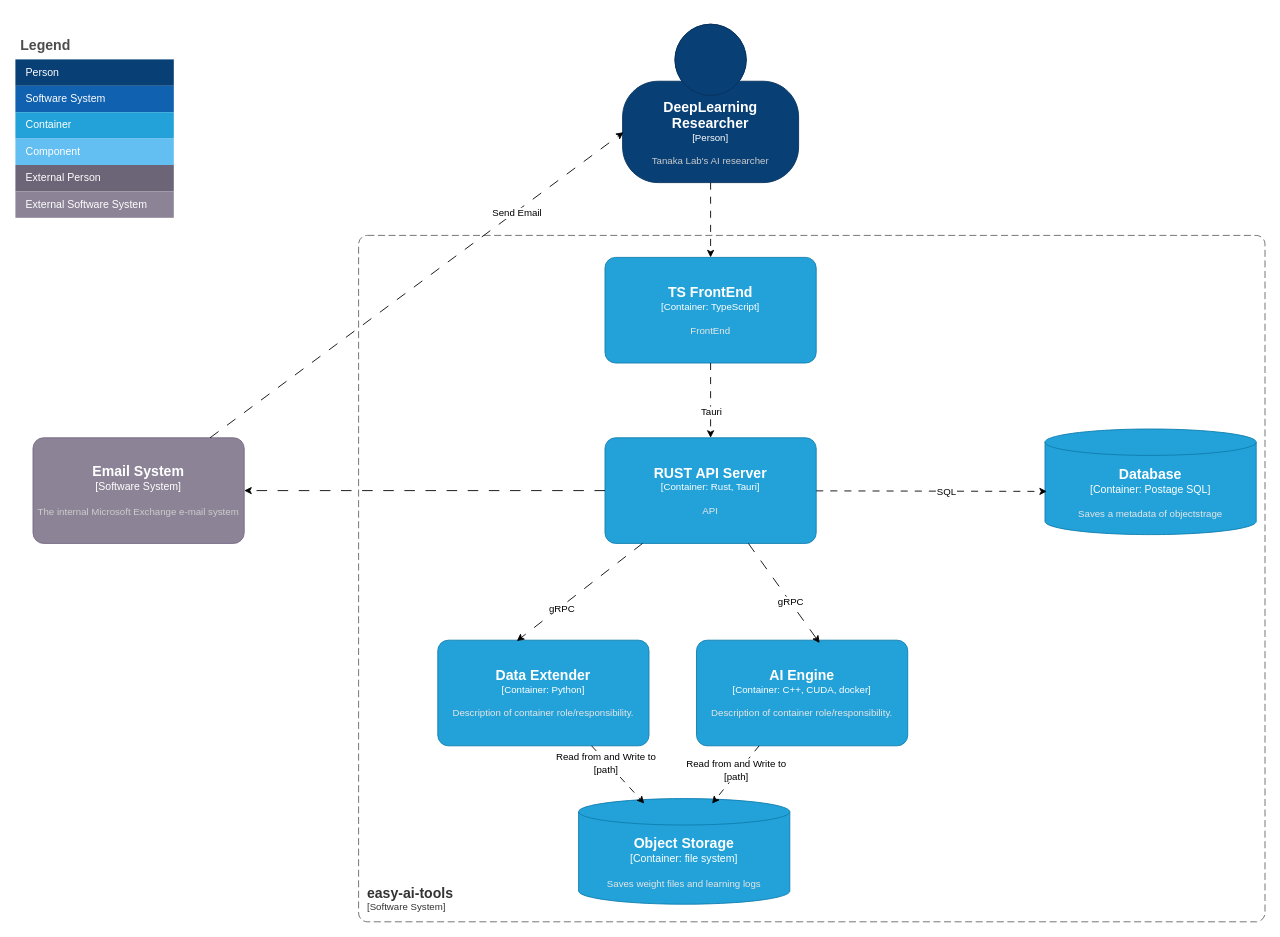
Above: page "software-architecture" (1 of 4) of docs/specs/easy-ai-tools.drawio in di-go11/dl-node-editor (draw.io), before the change. Source tidied: cells renumbered, new cells numbered last; positions are measured from the earlier drawing's top-left corner, leaving out a move shared by most shapes. Both pictures are drawn from the tidied source at 88%, with x=0, y=0 at pixel (15, 24).
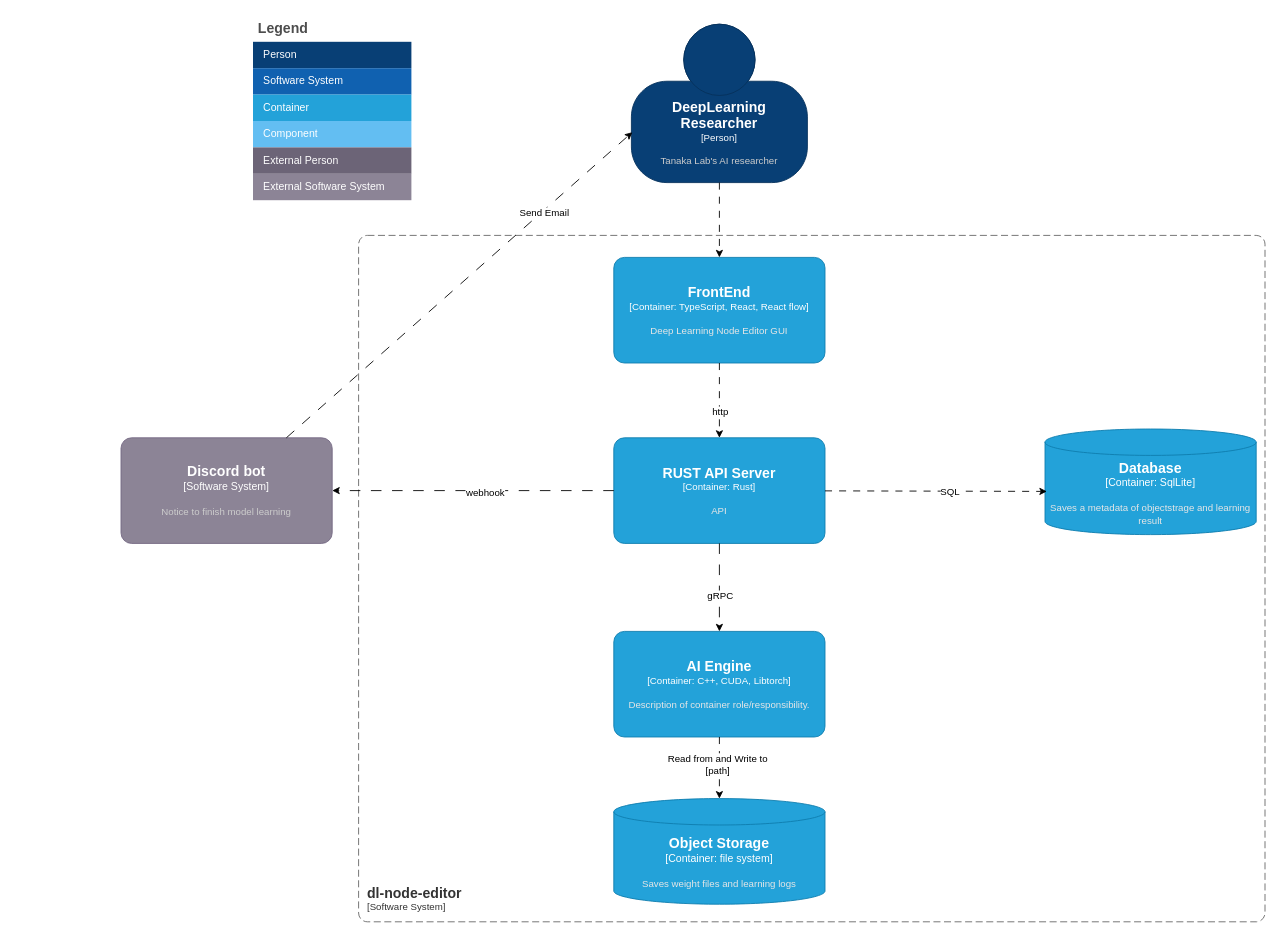
The same diagram, later.

Unchanged cells that the change refers to:
```xml
<mxCell id="16" style="edgeStyle=none;html=1;dashed=1;dashPattern=12 12;" parent="1" edge="1" source="2" target="15">
  <mxGeometry relative="1" as="geometry" />
</mxCell>
```

The edit, as a diff of the source:
```diff
@@
-    <object id="2" label="&lt;font style=&quot;font-size: 16px&quot;&gt;&lt;b&gt;%c4Name%&lt;/b&gt;&lt;/font&gt;&lt;div&gt;[%c4Type%: %c4Technology%]&lt;/div&gt;&lt;br&gt;&lt;div&gt;&lt;font style=&quot;font-size: 11px&quot;&gt;&lt;font color=&quot;#E6E6E6&quot;&gt;%c4Description%&lt;/font&gt;&lt;/div&gt;" c4Description="API" c4Name="RUST API Server" c4Technology="Rust, Tauri" c4Type="Container" placeholders="1">
+    <object id="2" label="&lt;font style=&quot;font-size: 16px&quot;&gt;&lt;b&gt;%c4Name%&lt;/b&gt;&lt;/font&gt;&lt;div&gt;[%c4Type%: %c4Technology%]&lt;/div&gt;&lt;br&gt;&lt;div&gt;&lt;font style=&quot;font-size: 11px&quot;&gt;&lt;font color=&quot;#E6E6E6&quot;&gt;%c4Description%&lt;/font&gt;&lt;/div&gt;" c4Description="API" c4Name="RUST API Server" c4Technology="Rust" c4Type="Container" placeholders="1">
       <mxCell style="rounded=1;whiteSpace=wrap;html=1;fontSize=11;labelBackgroundColor=none;fillColor=#23A2D9;fontColor=#ffffff;align=center;arcSize=10;strokeColor=#0E7DAD;points=[[0.25,0,0],[0.5,0,0],[0.75,0,0],[1,0.25,0],[1,0.5,0],[1,0.75,0],[0.75,1,0],[0.5,1,0],[0.25,1,0],[0,0.75,0],[0,0.5,0],[0,0.25,0]];" parent="1" vertex="1">
-        <mxGeometry x="670" y="470" width="240" height="120" as="geometry" />
+        <mxGeometry x="680" y="470" width="240" height="120" as="geometry" />
       </mxCell>
     </object>
-    <object id="3" label="&lt;font style=&quot;font-size: 16px&quot;&gt;&lt;b&gt;%c4Name%&lt;/b&gt;&lt;/font&gt;&lt;div&gt;[%c4Type%: %c4Technology%]&lt;/div&gt;&lt;br&gt;&lt;div&gt;&lt;font style=&quot;font-size: 11px&quot;&gt;&lt;font color=&quot;#E6E6E6&quot;&gt;%c4Description%&lt;/font&gt;&lt;/div&gt;" c4Description="FrontEnd" c4Name="TS FrontEnd" c4Technology="TypeScript" c4Type="Container" placeholders="1">
+    <object id="3" label="&lt;font style=&quot;font-size: 16px&quot;&gt;&lt;b&gt;%c4Name%&lt;/b&gt;&lt;/font&gt;&lt;div&gt;[%c4Type%: %c4Technology%]&lt;/div&gt;&lt;br&gt;&lt;div&gt;&lt;font style=&quot;font-size: 11px&quot;&gt;&lt;font color=&quot;#E6E6E6&quot;&gt;%c4Description%&lt;/font&gt;&lt;/div&gt;" c4Description="Deep Learning Node Editor GUI" c4Name="FrontEnd" c4Technology="TypeScript, React, React flow" c4Type="Container" placeholders="1">
       <mxCell style="rounded=1;whiteSpace=wrap;html=1;fontSize=11;labelBackgroundColor=none;fillColor=#23A2D9;fontColor=#ffffff;align=center;arcSize=10;strokeColor=#0E7DAD;points=[[0.25,0,0],[0.5,0,0],[0.75,0,0],[1,0.25,0],[1,0.5,0],[1,0.75,0],[0.75,1,0],[0.5,1,0],[0.25,1,0],[0,0.75,0],[0,0.5,0],[0,0.25,0]];" parent="1" vertex="1">
-        <mxGeometry x="670" y="265" width="240" height="120" as="geometry" />
+        <mxGeometry x="680" y="265" width="240" height="120" as="geometry" />
       </mxCell>
     </object>
     <object id="4" label="&lt;font style=&quot;font-size: 16px&quot;&gt;&lt;b&gt;%c4Name%&lt;/b&gt;&lt;/font&gt;&lt;div&gt;[%c4Type%]&lt;/div&gt;&lt;br&gt;&lt;div&gt;&lt;font style=&quot;font-size: 11px&quot;&gt;&lt;font color=&quot;#cccccc&quot;&gt;%c4Description%&lt;/font&gt;&lt;/div&gt;" c4Description="Tanaka Lab's AI researcher" c4Name="DeepLearning Researcher" c4Type="Person" placeholders="1">
       <mxCell style="html=1;fontSize=11;dashed=0;whiteSpace=wrap;fillColor=#083F75;strokeColor=#06315C;fontColor=#ffffff;shape=mxgraph.c4.person2;align=center;points=[[0.5,0,0],[1,0.5,0],[1,0.75,0],[0.75,1,0],[0.5,1,0],[0.25,1,0],[0,0.75,0],[0,0.5,0]];" parent="1" vertex="1">
-        <mxGeometry x="690" width="200" height="180" as="geometry" />
+        <mxGeometry x="700" width="200" height="180" as="geometry" />
       </mxCell>
     </object>
@@
-    <mxCell id="6" style="edgeStyle=none;html=1;entryX=0.5;entryY=0;entryDx=0;entryDy=0;entryPerimeter=0;dashed=1;dashPattern=8 8;" parent="1" edge="1" source="3" target="2">
+    <mxCell id="6" style="edgeStyle=none;html=1;entryX=0.5;entryY=0;entryDx=0;entryDy=0;entryPerimeter=0;dashed=1;dashPattern=8 8;exitX=0.5;exitY=1;exitDx=0;exitDy=0;exitPerimeter=0;" parent="1" edge="1" source="3" target="2">
       <mxGeometry relative="1" as="geometry" />
     </mxCell>
-    <mxCell id="7" value="Tauri" style="edgeLabel;html=1;align=center;verticalAlign=middle;" parent="6" vertex="1">
-      <mxGeometry x="0.33" y="3" relative="1" as="geometry">
+    <mxCell id="7" value="http" style="edgeLabel;html=1;align=center;verticalAlign=middle;" parent="6" vertex="1">
+      <mxGeometry x="0.34" y="3" relative="1" as="geometry">
         <mxPoint x="-3" y="-2" as="offset" />
       </mxGeometry>
     </mxCell>
-    <object id="8" label="&lt;font style=&quot;font-size: 16px&quot;&gt;&lt;b&gt;%c4Name%&lt;/b&gt;&lt;/font&gt;&lt;div&gt;[%c4Type%: %c4Technology%]&lt;/div&gt;&lt;br&gt;&lt;div&gt;&lt;font style=&quot;font-size: 11px&quot;&gt;&lt;font color=&quot;#E6E6E6&quot;&gt;%c4Description%&lt;/font&gt;&lt;/div&gt;" c4Description="Description of container role/responsibility." c4Name="AI Engine" c4Technology="C++, CUDA, docker" c4Type="Container" placeholders="1">
+    <object id="8" label="&lt;font style=&quot;font-size: 16px&quot;&gt;&lt;b&gt;%c4Name%&lt;/b&gt;&lt;/font&gt;&lt;div&gt;[%c4Type%: %c4Technology%]&lt;/div&gt;&lt;br&gt;&lt;div&gt;&lt;font style=&quot;font-size: 11px&quot;&gt;&lt;font color=&quot;#E6E6E6&quot;&gt;%c4Description%&lt;/font&gt;&lt;/div&gt;" c4Description="Description of container role/responsibility." c4Name="AI Engine" c4Technology="C++, CUDA, Libtorch" c4Type="Container" placeholders="1">
       <mxCell style="rounded=1;whiteSpace=wrap;html=1;fontSize=11;labelBackgroundColor=none;fillColor=#23A2D9;fontColor=#ffffff;align=center;arcSize=10;strokeColor=#0E7DAD;points=[[0.25,0,0],[0.5,0,0],[0.75,0,0],[1,0.25,0],[1,0.5,0],[1,0.75,0],[0.75,1,0],[0.5,1,0],[0.25,1,0],[0,0.75,0],[0,0.5,0],[0,0.25,0]];" parent="1" vertex="1">
-        <mxGeometry x="774" y="700" width="240" height="120" as="geometry" />
+        <mxGeometry x="680" y="690" width="240" height="120" as="geometry" />
       </mxCell>
     </object>
-    <object id="9" label="&lt;font style=&quot;font-size: 16px&quot;&gt;&lt;b&gt;%c4Name%&lt;/b&gt;&lt;/font&gt;&lt;div&gt;[%c4Type%: %c4Technology%]&lt;/div&gt;&lt;br&gt;&lt;div&gt;&lt;font style=&quot;font-size: 11px&quot;&gt;&lt;font color=&quot;#E6E6E6&quot;&gt;%c4Description%&lt;/font&gt;&lt;/div&gt;" c4Description="Description of container role/responsibility." c4Name="Data Extender" c4Technology="Python" c4Type="Container" placeholders="1">
-      <mxCell style="rounded=1;whiteSpace=wrap;html=1;fontSize=11;labelBackgroundColor=none;fillColor=#23A2D9;fontColor=#ffffff;align=center;arcSize=10;strokeColor=#0E7DAD;points=[[0.25,0,0],[0.5,0,0],[0.75,0,0],[1,0.25,0],[1,0.5,0],[1,0.75,0],[0.75,1,0],[0.5,1,0],[0.25,1,0],[0,0.75,0],[0,0.5,0],[0,0.25,0]];" parent="1" vertex="1">
-        <mxGeometry x="480" y="700" width="240" height="120" as="geometry" />
-      </mxCell>
-    </object>
-    <mxCell id="10" style="edgeStyle=none;html=1;entryX=0.583;entryY=0.027;entryDx=0;entryDy=0;entryPerimeter=0;dashed=1;dashPattern=12 12;" parent="1" edge="1" source="2" target="8">
-      <mxGeometry relative="1" as="geometry" />
+    <mxCell id="10" style="edgeStyle=none;html=1;entryX=0.5;entryY=0;entryDx=0;entryDy=0;entryPerimeter=0;dashed=1;dashPattern=12 12;" parent="1" edge="1" target="8">
+      <mxGeometry relative="1" as="geometry">
+        <mxPoint x="800" y="590" as="sourcePoint" />
+      </mxGeometry>
     </mxCell>
@@
-    <mxCell id="12" style="edgeStyle=none;html=1;entryX=0.374;entryY=0.008;entryDx=0;entryDy=0;entryPerimeter=0;dashed=1;dashPattern=12 12;" parent="1" edge="1" source="2" target="9">
-      <mxGeometry relative="1" as="geometry" />
-    </mxCell>
-    <mxCell id="13" value="gRPC" style="edgeLabel;html=1;align=center;verticalAlign=middle;" parent="12" vertex="1">
-      <mxGeometry x="0.3" y="2" relative="1" as="geometry" />
-    </mxCell>
-    <object id="14" label="&lt;font style=&quot;font-size: 16px&quot;&gt;&lt;b&gt;&lt;div style=&quot;text-align: left&quot;&gt;%c4Name%&lt;/div&gt;&lt;/b&gt;&lt;/font&gt;&lt;div style=&quot;text-align: left&quot;&gt;[%c4Application%]&lt;/div&gt;" c4Application="Software System" c4Name="easy-ai-tools" placeholders="1">
+    <object id="14" label="&lt;font style=&quot;font-size: 16px&quot;&gt;&lt;b&gt;&lt;div style=&quot;text-align: left&quot;&gt;%c4Name%&lt;/div&gt;&lt;/b&gt;&lt;/font&gt;&lt;div style=&quot;text-align: left&quot;&gt;[%c4Application%]&lt;/div&gt;" c4Application="Software System" c4Name="dl-node-editor" placeholders="1">
       <mxCell style="rounded=1;fontSize=11;whiteSpace=wrap;html=1;dashed=1;arcSize=20;fillColor=none;strokeColor=#666666;fontColor=#333333;labelBackgroundColor=none;align=left;verticalAlign=bottom;labelBorderColor=none;spacingTop=0;spacing=10;dashPattern=8 4;perimeter=rectanglePerimeter;noLabel=0;labelPadding=0;absoluteArcSize=1;" parent="1" vertex="1">
         <mxGeometry x="390" y="240" width="1030" height="780" as="geometry" />
       </mxCell>
     </object>
-    <object id="15" label="&lt;font style=&quot;font-size: 16px&quot;&gt;&lt;b&gt;%c4Name%&lt;/b&gt;&lt;/font&gt;&lt;div&gt;[%c4Type%]&lt;/div&gt;&lt;br&gt;&lt;div&gt;&lt;font style=&quot;font-size: 11px&quot;&gt;&lt;font color=&quot;#cccccc&quot;&gt;%c4Description%&lt;/font&gt;&lt;/div&gt;" c4Description="The internal Microsoft Exchange e-mail system" c4Name="Email System" c4Type="Software System" placeholders="1">
+    <object id="15" label="&lt;font style=&quot;font-size: 16px&quot;&gt;&lt;b&gt;%c4Name%&lt;/b&gt;&lt;/font&gt;&lt;div&gt;[%c4Type%]&lt;/div&gt;&lt;br&gt;&lt;div&gt;&lt;font style=&quot;font-size: 11px&quot;&gt;&lt;font color=&quot;#cccccc&quot;&gt;%c4Description%&lt;/font&gt;&lt;/div&gt;" c4Description="Notice to finish model learning" c4Name="Discord bot" c4Type="Software System" placeholders="1">
       <mxCell style="rounded=1;whiteSpace=wrap;html=1;labelBackgroundColor=none;fillColor=#8C8496;fontColor=#ffffff;align=center;arcSize=10;strokeColor=#736782;points=[[0.25,0,0],[0.5,0,0],[0.75,0,0],[1,0.25,0],[1,0.5,0],[1,0.75,0],[0.75,1,0],[0.5,1,0],[0.25,1,0],[0,0.75,0],[0,0.5,0],[0,0.25,0]];" parent="1" vertex="1">
-        <mxGeometry x="20" y="470" width="240" height="120" as="geometry" />
+        <mxGeometry x="120" y="470" width="240" height="120" as="geometry" />
       </mxCell>
     </object>
@@
+    <mxCell id="40" value="webhook" style="edgeLabel;html=1;align=center;verticalAlign=middle;inheritText=1;" parent="16" vertex="1">
+      <mxGeometry x="-0.08" y="2" relative="1" as="geometry" />
+    </mxCell>
@@
     <mxCell id="19" value="Legend" style="shape=table;startSize=30;childLayout=tableLayout;fontSize=16;align=left;verticalAlign=top;fillColor=none;strokeColor=none;fontColor=#4D4D4D;fontStyle=1;spacingLeft=6;spacing=0;" parent="1" vertex="1">
-      <mxGeometry y="10" width="180" height="210" as="geometry" />
+      <mxGeometry x="270" y="-10" width="180" height="210" as="geometry" />
     </mxCell>
@@
-    <object id="32" label="&lt;font style=&quot;font-size: 16px&quot;&gt;&lt;b&gt;%c4Name%&lt;/b&gt;&lt;/font&gt;&lt;div&gt;[%c4Type%:&amp;nbsp;%c4Technology%]&lt;/div&gt;&lt;br&gt;&lt;div&gt;&lt;font style=&quot;font-size: 11px&quot;&gt;&lt;font color=&quot;#E6E6E6&quot;&gt;%c4Description%&lt;/font&gt;&lt;/div&gt;" c4Description="Saves a metadata of objectstrage" c4Name="Database" c4Technology="Postage SQL" c4Type="Container" placeholders="1">
+    <object id="32" label="&lt;font style=&quot;font-size: 16px&quot;&gt;&lt;b&gt;%c4Name%&lt;/b&gt;&lt;/font&gt;&lt;div&gt;[%c4Type%:&amp;nbsp;%c4Technology%]&lt;/div&gt;&lt;br&gt;&lt;div&gt;&lt;font style=&quot;font-size: 11px&quot;&gt;&lt;font color=&quot;#E6E6E6&quot;&gt;%c4Description%&lt;/font&gt;&lt;/div&gt;" c4Description="Saves a metadata of objectstrage and learning result" c4Name="Database" c4Technology="SqlLite" c4Type="Container" placeholders="1">
       <mxCell style="shape=cylinder3;size=15;whiteSpace=wrap;html=1;boundedLbl=1;rounded=0;labelBackgroundColor=none;fillColor=#23A2D9;fontSize=12;fontColor=#ffffff;align=center;strokeColor=#0E7DAD;points=[[0.5,0,0],[1,0.25,0],[1,0.5,0],[1,0.75,0],[0.5,1,0],[0,0.75,0],[0,0.5,0],[0,0.25,0]];" parent="1" vertex="1">
         <mxGeometry x="1170" y="460" width="240" height="120" as="geometry" />
       </mxCell>
     </object>
@@
     <object id="35" label="&lt;font style=&quot;font-size: 16px&quot;&gt;&lt;b&gt;%c4Name%&lt;/b&gt;&lt;/font&gt;&lt;div&gt;[%c4Type%:&amp;nbsp;%c4Technology%]&lt;/div&gt;&lt;br&gt;&lt;div&gt;&lt;font style=&quot;font-size: 11px&quot;&gt;&lt;font color=&quot;#E6E6E6&quot;&gt;%c4Description%&lt;/font&gt;&lt;/div&gt;" c4Description="Saves weight files and learning logs" c4Name="Object Storage" c4Technology="file system" c4Type="Container" placeholders="1">
       <mxCell style="shape=cylinder3;size=15;whiteSpace=wrap;html=1;boundedLbl=1;rounded=0;labelBackgroundColor=none;fillColor=#23A2D9;fontSize=12;fontColor=#ffffff;align=center;strokeColor=#0E7DAD;points=[[0.5,0,0],[1,0.25,0],[1,0.5,0],[1,0.75,0],[0.5,1,0],[0,0.75,0],[0,0.5,0],[0,0.25,0]];" parent="1" vertex="1">
-        <mxGeometry x="640" y="880" width="240" height="120" as="geometry" />
+        <mxGeometry x="680" y="880" width="240" height="120" as="geometry" />
       </mxCell>
     </object>
-    <mxCell id="36" style="edgeStyle=none;html=1;entryX=0.632;entryY=0.047;entryDx=0;entryDy=0;entryPerimeter=0;dashed=1;dashPattern=8 8;" parent="1" edge="1" source="8" target="35">
+    <mxCell id="36" style="edgeStyle=none;html=1;entryX=0.5;entryY=0;entryDx=0;entryDy=0;entryPerimeter=0;dashed=1;dashPattern=8 8;" parent="1" edge="1" source="8" target="35">
       <mxGeometry relative="1" as="geometry" />
     </mxCell>
@@
-    <mxCell id="38" style="edgeStyle=none;html=1;entryX=0.311;entryY=0.047;entryDx=0;entryDy=0;entryPerimeter=0;dashed=1;dashPattern=8 8;" parent="1" edge="1" source="9" target="35">
-      <mxGeometry relative="1" as="geometry" />
-    </mxCell>
-    <mxCell id="39" value="Read from and Write to&lt;div&gt;[path]&lt;/div&gt;" style="edgeLabel;html=1;align=center;verticalAlign=middle;" parent="38" vertex="1">
-      <mxGeometry x="-0.43" y="-1" relative="1" as="geometry" />
-    </mxCell>
```
